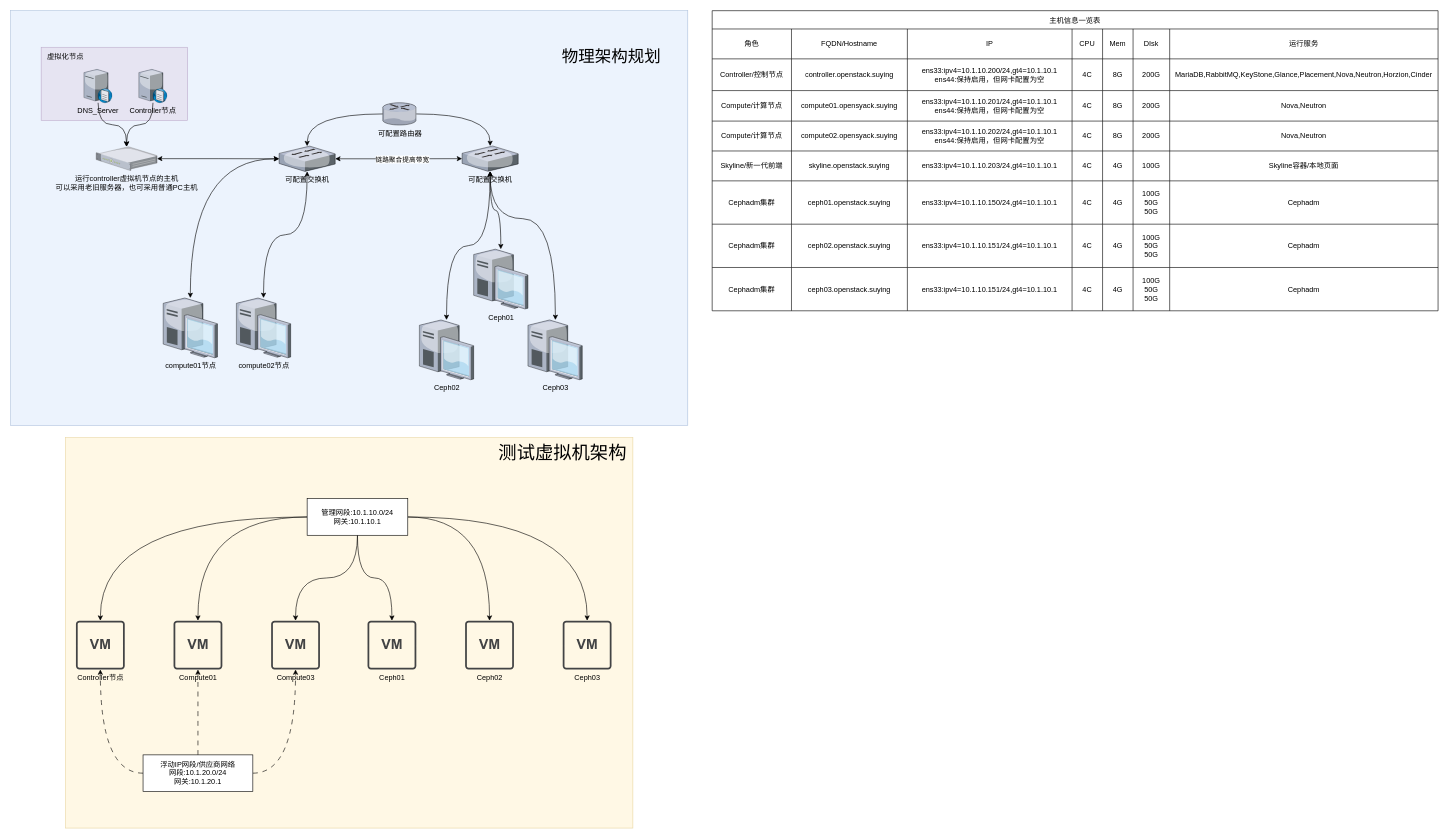
Above: page "第 1 页" (1 of 2) of 新一版结构图.drawio in lrAltas/DrwaIO (draw.io), before the change. Source tidied: cells renumbered, new cells numbered last; positions are measured from the earlier drawing's top-left corner, leaving out a move shared by most shapes. Both pictures are drawn from the tidied source at 61%, with x=0, y=0 at pixel (10, 10).
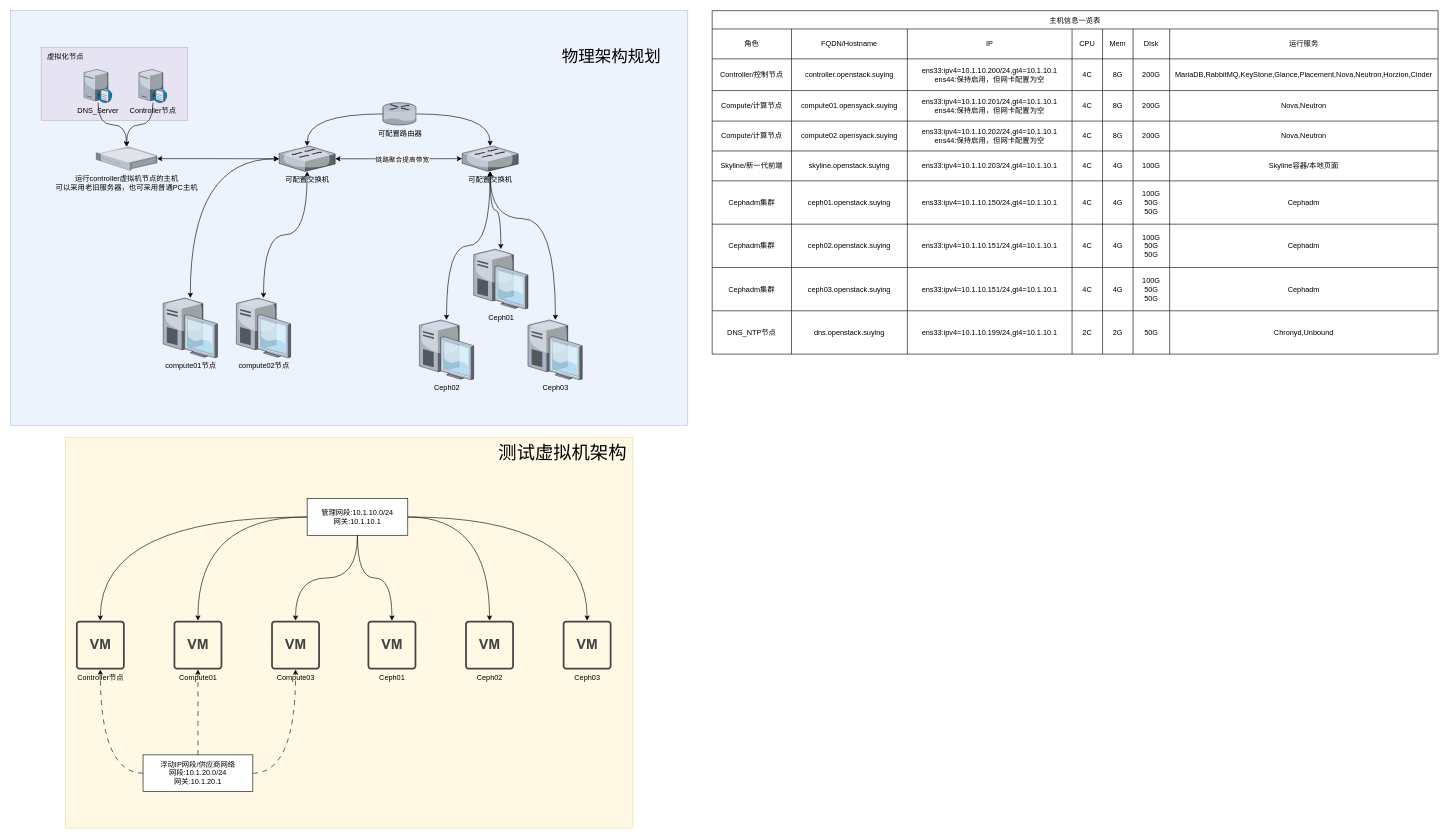
Above is the later version.

Commit message:
更新新一版结构图.drawio

What changed in the source:
```diff
@@
     <mxCell id="7" value="主机信息一览表" style="shape=table;startSize=30;childLayout=tableLayout;" parent="1" vertex="1">
-      <mxGeometry x="1150" width="1190" height="492" as="geometry" />
+      <mxGeometry x="1150" width="1190" height="563" as="geometry" />
     </mxCell>
@@
+    <mxCell id="113" style="shape=tableRow;horizontal=0;startSize=0;swimlaneHead=0;swimlaneBody=0;strokeColor=inherit;top=0;left=0;bottom=0;right=0;fillColor=none;" parent="7" vertex="1">
+      <mxGeometry y="492" width="1190" height="71" as="geometry" />
+    </mxCell>
+    <mxCell id="114" value="DNS_NTP节点" style="shape=partialRectangle;html=1;whiteSpace=wrap;strokeColor=inherit;overflow=hidden;fillColor=none;top=0;left=0;bottom=0;right=0;" parent="113" vertex="1">
+      <mxGeometry width="130" height="71" as="geometry" />
+    </mxCell>
+    <mxCell id="115" value="dns.openstack.suying" style="shape=partialRectangle;html=1;whiteSpace=wrap;strokeColor=inherit;overflow=hidden;fillColor=none;top=0;left=0;bottom=0;right=0;" parent="113" vertex="1">
+      <mxGeometry x="130" width="190" height="71" as="geometry" />
+    </mxCell>
+    <mxCell id="116" value="ens33:ipv4=10.1.10.199/24,gt4=10.1.10.1" style="shape=partialRectangle;html=1;whiteSpace=wrap;strokeColor=inherit;overflow=hidden;fillColor=none;top=0;left=0;bottom=0;right=0;" parent="113" vertex="1">
+      <mxGeometry x="320" width="270" height="71" as="geometry" />
+    </mxCell>
+    <mxCell id="117" value="2C" style="shape=partialRectangle;html=1;whiteSpace=wrap;strokeColor=inherit;overflow=hidden;fillColor=none;top=0;left=0;bottom=0;right=0;" parent="113" vertex="1">
+      <mxGeometry x="590" width="50" height="71" as="geometry" />
+    </mxCell>
+    <mxCell id="118" value="2G" style="shape=partialRectangle;html=1;whiteSpace=wrap;strokeColor=inherit;overflow=hidden;fillColor=none;top=0;left=0;bottom=0;right=0;" parent="113" vertex="1">
+      <mxGeometry x="640" width="50" height="71" as="geometry" />
+    </mxCell>
+    <mxCell id="119" value="50G" style="shape=partialRectangle;html=1;whiteSpace=wrap;strokeColor=inherit;overflow=hidden;fillColor=none;top=0;left=0;bottom=0;right=0;" parent="113" vertex="1">
+      <mxGeometry x="690" width="60" height="71" as="geometry" />
+    </mxCell>
+    <mxCell id="120" value="Chronyd,Unbound" style="shape=partialRectangle;html=1;whiteSpace=wrap;strokeColor=inherit;overflow=hidden;fillColor=none;top=0;left=0;bottom=0;right=0;" parent="113" vertex="1">
+      <mxGeometry x="750" width="440" height="71" as="geometry" />
+    </mxCell>
```
